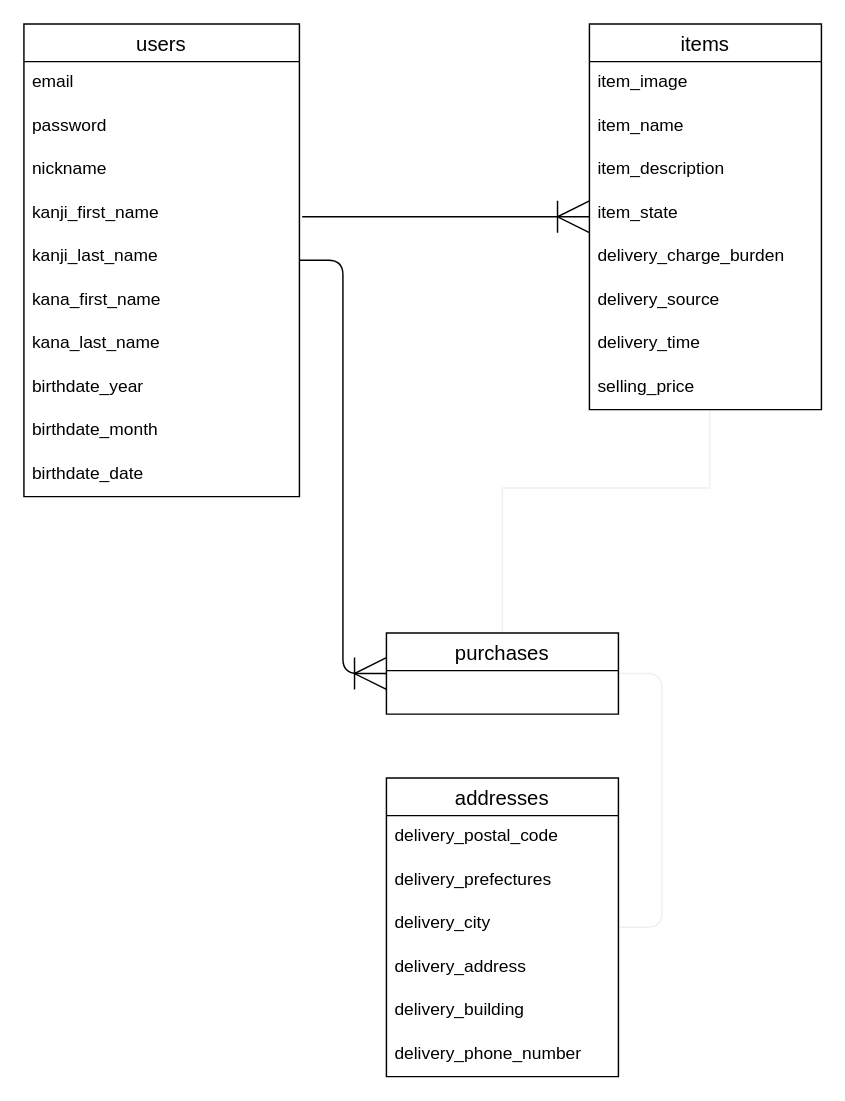
This is er.dio from KentaHarada06/furima-31641, a draw.io file, before an edit. Source tidied: cells renumbered, new cells numbered last; positions are measured from the earlier drawing's top-left corner, leaving out a move shared by most shapes. Both pictures are drawn from the tidied source at 145%, with x=0, y=0 at pixel (23, 23).
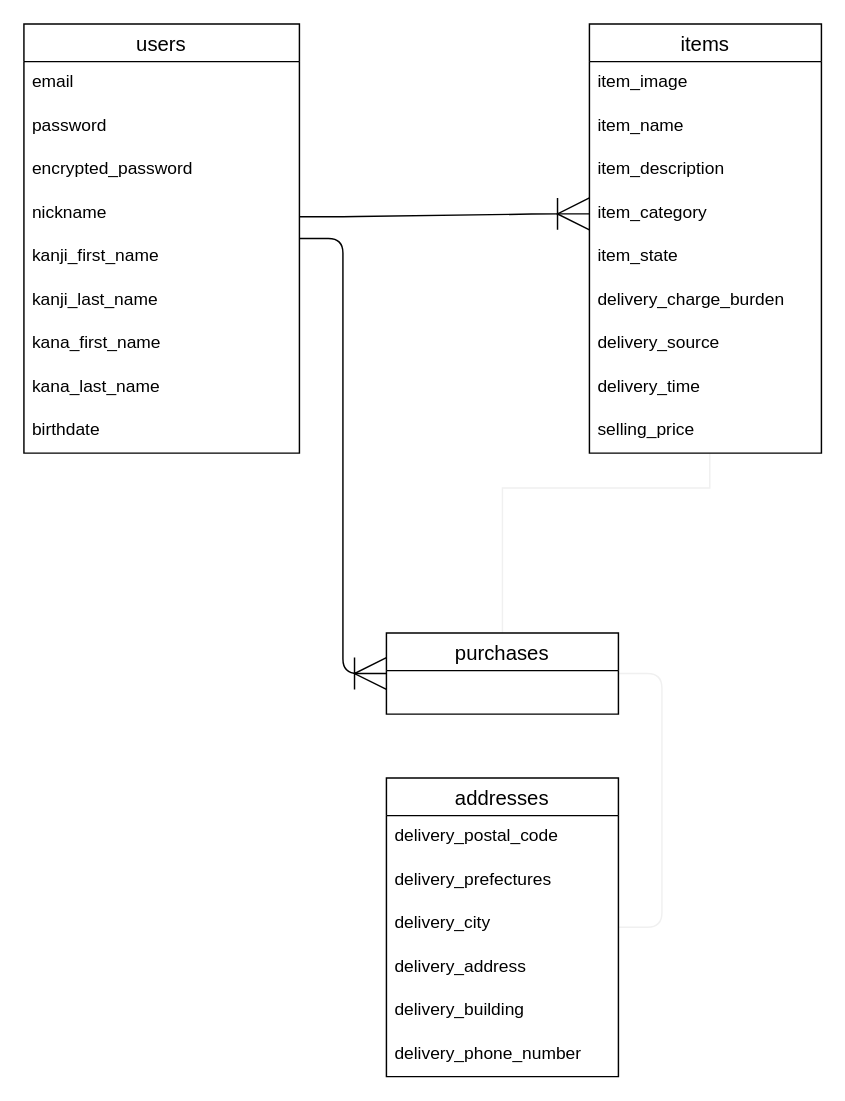
The same page after the edit.

Commit message (it also covers changes not shown here):
DB設計情報を修正

Diff of the diagram source:
```diff
@@
-    <mxCell id="2" style="edgeStyle=entityRelationEdgeStyle;fontSize=12;html=1;endArrow=ERoneToMany;endSize=20;startArrow=none;startFill=0;startSize=20;exitX=1.01;exitY=0.567;exitDx=0;exitDy=0;exitPerimeter=0;" parent="1" edge="1" source="9" target="16">
-      <mxGeometry relative="1" as="geometry" />
+    <mxCell id="2" style="edgeStyle=entityRelationEdgeStyle;fontSize=12;html=1;endArrow=ERoneToMany;endSize=20;startArrow=none;startFill=0;startSize=20;" parent="1" edge="1" target="35">
+      <mxGeometry relative="1" as="geometry">
+        <mxPoint x="190" y="133" as="sourcePoint" />
+      </mxGeometry>
     </mxCell>
@@
     <mxCell id="5" value="users" style="swimlane;fontStyle=0;horizontal=1;startSize=26;align=center;fontSize=14;" parent="1" vertex="1">
-      <mxGeometry width="190" height="326" as="geometry" />
+      <mxGeometry width="190" height="296" as="geometry" />
     </mxCell>
@@
+    <mxCell id="34" value="encrypted_password" style="text;strokeColor=none;fillColor=none;spacingLeft=4;spacingRight=4;overflow=hidden;fontSize=12;" parent="5" vertex="1">
+      <mxGeometry y="86" width="190" height="30" as="geometry" />
+    </mxCell>
     <mxCell id="8" value="nickname" style="text;strokeColor=none;fillColor=none;spacingLeft=4;spacingRight=4;overflow=hidden;fontSize=12;" parent="5" vertex="1">
-      <mxGeometry y="86" width="190" height="30" as="geometry" />
+      <mxGeometry y="116" width="190" height="30" as="geometry" />
     </mxCell>
     <mxCell id="9" value="kanji_first_name" style="text;strokeColor=none;fillColor=none;spacingLeft=4;spacingRight=4;overflow=hidden;points=[[0,0.5],[1,0.5]];portConstraint=eastwest;fontSize=12;" parent="5" vertex="1">
-      <mxGeometry y="116" width="190" height="30" as="geometry" />
+      <mxGeometry y="146" width="190" height="30" as="geometry" />
     </mxCell>
     <mxCell id="10" value="kanji_last_name" style="text;strokeColor=none;fillColor=none;spacingLeft=4;spacingRight=4;overflow=hidden;fontSize=12;" parent="5" vertex="1">
-      <mxGeometry y="146" width="190" height="30" as="geometry" />
+      <mxGeometry y="176" width="190" height="30" as="geometry" />
     </mxCell>
     <mxCell id="11" value="kana_first_name" style="text;strokeColor=none;fillColor=none;spacingLeft=4;spacingRight=4;overflow=hidden;fontSize=12;" parent="5" vertex="1">
-      <mxGeometry y="176" width="190" height="30" as="geometry" />
+      <mxGeometry y="206" width="190" height="30" as="geometry" />
     </mxCell>
     <mxCell id="12" value="kana_last_name" style="text;strokeColor=none;fillColor=none;spacingLeft=4;spacingRight=4;overflow=hidden;fontSize=12;" parent="5" vertex="1">
-      <mxGeometry y="206" width="190" height="30" as="geometry" />
+      <mxGeometry y="236" width="190" height="30" as="geometry" />
     </mxCell>
-    <mxCell id="13" value="birthdate_year" style="text;strokeColor=none;fillColor=none;spacingLeft=4;spacingRight=4;overflow=hidden;fontSize=12;" parent="5" vertex="1">
-      <mxGeometry y="236" width="190" height="30" as="geometry" />
+    <mxCell id="13" value="birthdate" style="text;strokeColor=none;fillColor=none;spacingLeft=4;spacingRight=4;overflow=hidden;fontSize=12;" parent="5" vertex="1">
+      <mxGeometry y="266" width="190" height="30" as="geometry" />
     </mxCell>
-    <mxCell id="14" value="birthdate_month" style="text;strokeColor=none;fillColor=none;spacingLeft=4;spacingRight=4;overflow=hidden;fontSize=12;" parent="5" vertex="1">
-      <mxGeometry y="266" width="190" height="30" as="geometry" />
-    </mxCell>
-    <mxCell id="15" value="birthdate_date" style="text;strokeColor=none;fillColor=none;spacingLeft=4;spacingRight=4;overflow=hidden;fontSize=12;" parent="5" vertex="1">
-      <mxGeometry y="296" width="190" height="30" as="geometry" />
-    </mxCell>
     <mxCell id="16" value="items" style="swimlane;fontStyle=0;horizontal=1;startSize=26;align=center;fontSize=14;" parent="1" vertex="1">
-      <mxGeometry x="390" width="160" height="266" as="geometry" />
+      <mxGeometry x="390" width="160" height="296" as="geometry" />
     </mxCell>
@@
+    <mxCell id="35" value="item_category" style="text;strokeColor=none;fillColor=none;spacingLeft=4;spacingRight=4;overflow=hidden;points=[[0,0.5],[1,0.5]];portConstraint=eastwest;fontSize=12;" parent="16" vertex="1">
+      <mxGeometry y="116" width="160" height="30" as="geometry" />
+    </mxCell>
     <mxCell id="20" value="item_state" style="text;strokeColor=none;fillColor=none;spacingLeft=4;spacingRight=4;overflow=hidden;fontSize=12;" parent="16" vertex="1">
-      <mxGeometry y="116" width="160" height="30" as="geometry" />
+      <mxGeometry y="146" width="160" height="30" as="geometry" />
     </mxCell>
     <mxCell id="21" value="delivery_charge_burden" style="text;strokeColor=none;fillColor=none;spacingLeft=4;spacingRight=4;overflow=hidden;fontSize=12;" parent="16" vertex="1">
-      <mxGeometry y="146" width="160" height="30" as="geometry" />
+      <mxGeometry y="176" width="160" height="30" as="geometry" />
     </mxCell>
     <mxCell id="22" value="delivery_source" style="text;strokeColor=none;fillColor=none;spacingLeft=4;spacingRight=4;overflow=hidden;fontSize=12;" parent="16" vertex="1">
-      <mxGeometry y="176" width="160" height="30" as="geometry" />
+      <mxGeometry y="206" width="160" height="30" as="geometry" />
     </mxCell>
     <mxCell id="23" value="delivery_time" style="text;strokeColor=none;fillColor=none;spacingLeft=4;spacingRight=4;overflow=hidden;fontSize=12;" parent="16" vertex="1">
-      <mxGeometry y="206" width="160" height="30" as="geometry" />
+      <mxGeometry y="236" width="160" height="30" as="geometry" />
     </mxCell>
     <mxCell id="24" value="selling_price" style="text;strokeColor=none;fillColor=none;spacingLeft=4;spacingRight=4;overflow=hidden;fontSize=12;" parent="16" vertex="1">
-      <mxGeometry y="236" width="160" height="30" as="geometry" />
+      <mxGeometry y="266" width="160" height="30" as="geometry" />
     </mxCell>
```
